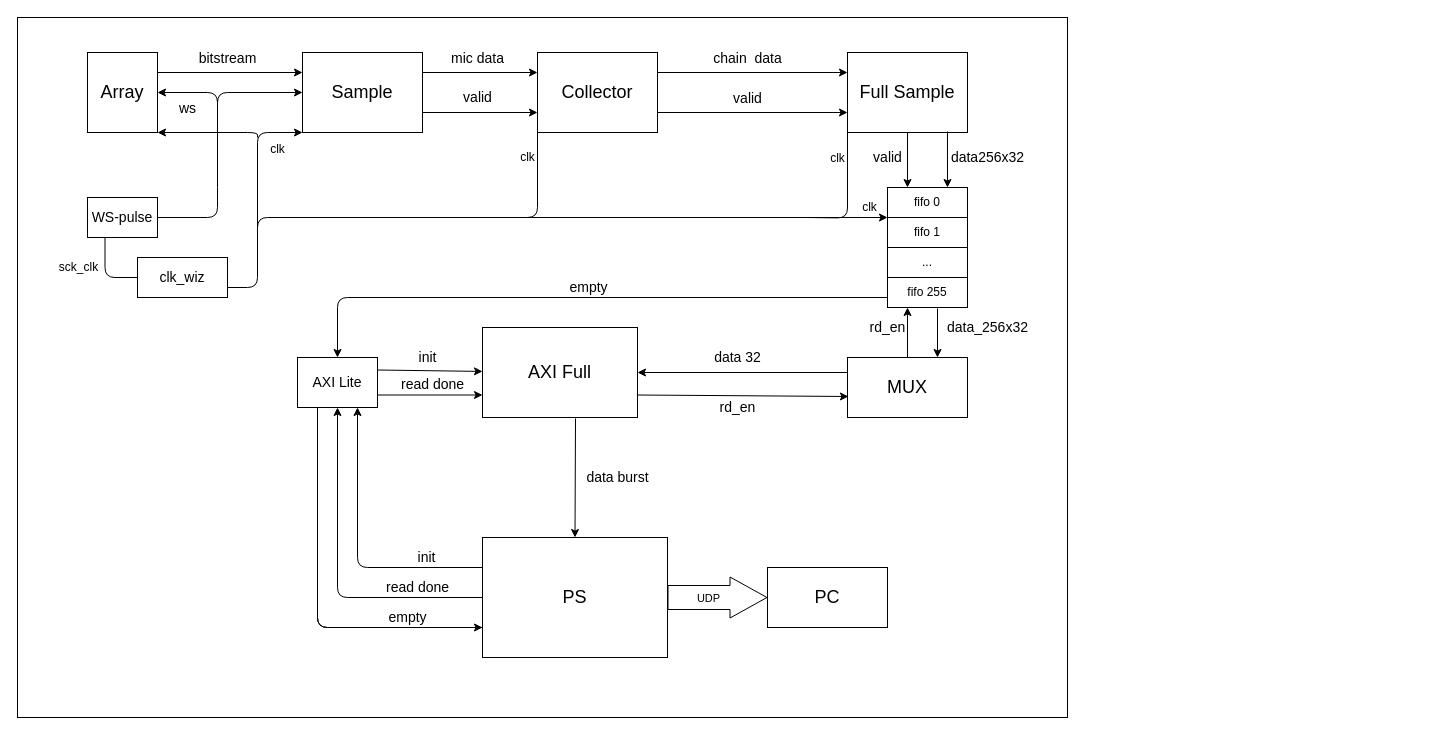
This is doc/diagrams/full_diagram_axi_full.drawio from acoustic-warfare/FPGA-sampling, a draw.io file, before an edit. Source tidied: cells renumbered, new cells numbered last; positions are measured from the earlier drawing's top-left corner, leaving out a move shared by most shapes. Both pictures are drawn from the tidied source at 100%, with x=0, y=0 at pixel (17, 17).
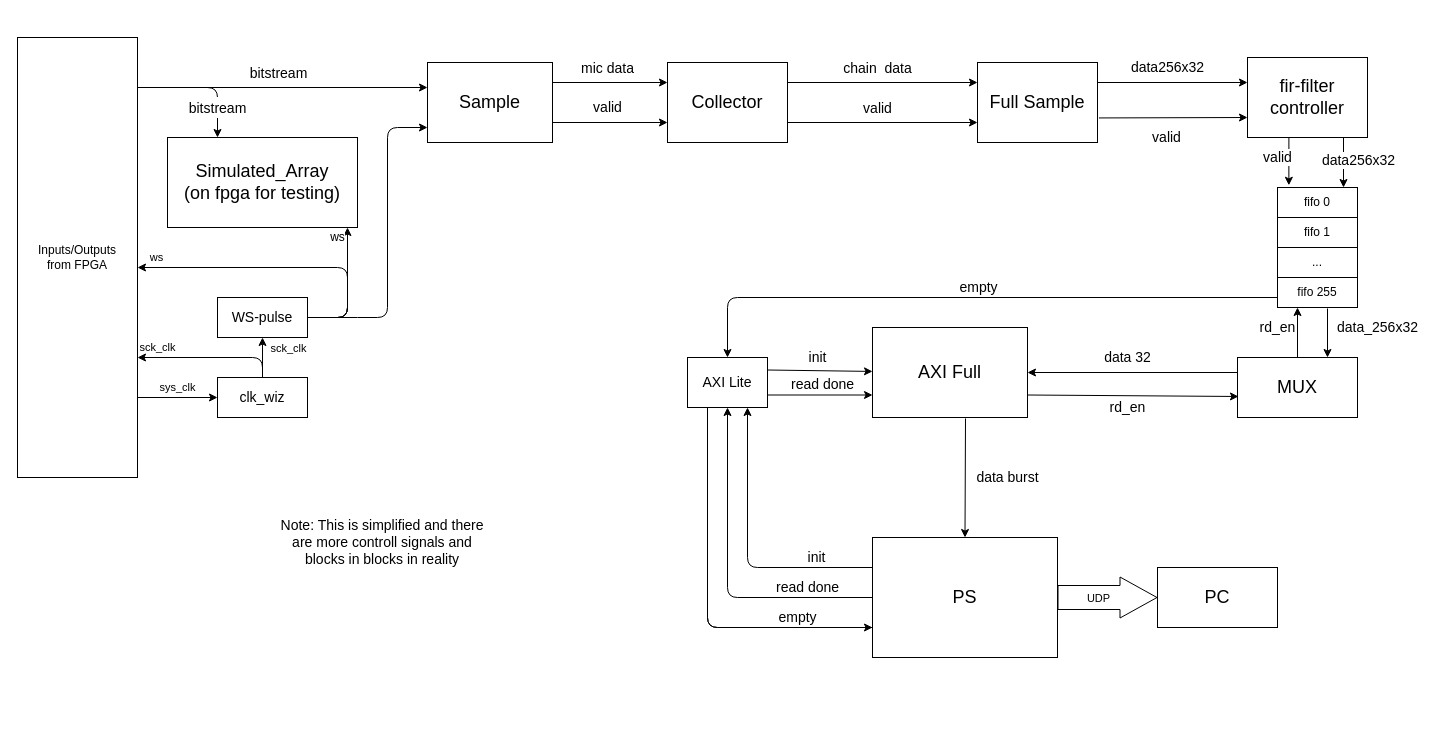
The same page after the edit.

Unchanged cells that the change refers to:
```xml
<mxCell id="40" value="fifo 0" style="whiteSpace=wrap;html=1;" parent="39" vertex="1">
  <mxGeometry width="80" height="30" as="geometry" />
</mxCell>
<mxCell id="41" value="fifo 1" style="whiteSpace=wrap;html=1;" parent="39" vertex="1">
  <mxGeometry y="30" width="80" height="30" as="geometry" />
</mxCell>
```

Change to the diagram source:
```diff
@@
-    <mxCell id="2" style="rounded=0;whiteSpace=wrap;html=1;fillColor=#FFFFFF;" parent="1" vertex="1">
-      <mxGeometry width="1050" height="700" as="geometry" />
-    </mxCell>
-    <mxCell id="3" value="&lt;font style=&quot;font-size: 14px;&quot;&gt;bitstream&lt;/font&gt;" style="edgeStyle=none;html=1;exitX=1;exitY=0.25;exitDx=0;exitDy=0;entryX=0;entryY=0.25;entryDx=0;entryDy=0;fontSize=18;" parent="1" edge="1" source="4" target="12">
-      <mxGeometry x="-0.03" y="15" relative="1" as="geometry" />
+    <mxCell id="3" value="&lt;font style=&quot;font-size: 14px;&quot;&gt;bitstream&lt;/font&gt;" style="edgeStyle=none;html=1;fontSize=18;" parent="1" edge="1">
+      <mxGeometry x="0.54" relative="1" as="geometry">
+        <mxPoint x="120" y="70" as="sourcePoint" />
+        <mxPoint x="200" y="120" as="targetPoint" />
+        <Array as="points">
+          <mxPoint x="200" y="70" />
+        </Array>
+      </mxGeometry>
     </mxCell>
-    <mxCell id="4" value="&lt;font style=&quot;font-size: 18px;&quot;&gt;Array&lt;/font&gt;" style="whiteSpace=wrap;html=1;" parent="1" vertex="1">
-      <mxGeometry x="70" y="35" width="70" height="80" as="geometry" />
+    <mxCell id="4" value="&lt;font style=&quot;font-size: 18px;&quot;&gt;Simulated_Array&lt;br&gt;(on fpga for testing)&lt;br&gt;&lt;/font&gt;" style="whiteSpace=wrap;html=1;" parent="1" vertex="1">
+      <mxGeometry x="150" y="120" width="190" height="90" as="geometry" />
     </mxCell>
@@
     <mxCell id="7" value="&lt;font style=&quot;font-size: 18px;&quot;&gt;Collector&lt;/font&gt;" style="whiteSpace=wrap;html=1;" parent="1" vertex="1">
-      <mxGeometry x="520" y="35" width="120" height="80" as="geometry" />
+      <mxGeometry x="650" y="45" width="120" height="80" as="geometry" />
     </mxCell>
-    <mxCell id="8" value="valid" style="edgeStyle=none;html=1;exitX=0.5;exitY=1;exitDx=0;exitDy=0;entryX=0.25;entryY=0;entryDx=0;entryDy=0;fontSize=14;startArrow=none;startFill=0;endArrow=classic;endFill=1;" parent="1" edge="1" source="9" target="40">
+    <mxCell id="8" value="valid" style="edgeStyle=none;html=1;exitX=1.012;exitY=0.693;exitDx=0;exitDy=0;entryX=0;entryY=0.75;entryDx=0;entryDy=0;fontSize=14;startArrow=none;startFill=0;endArrow=classic;endFill=1;exitPerimeter=0;" parent="1" edge="1" source="9" target="58">
       <mxGeometry x="-0.09" y="-20" relative="1" as="geometry" />
     </mxCell>
     <mxCell id="9" value="&lt;font style=&quot;font-size: 18px;&quot;&gt;Full Sample&lt;/font&gt;" style="whiteSpace=wrap;html=1;" parent="1" vertex="1">
-      <mxGeometry x="830" y="35" width="120" height="80" as="geometry" />
+      <mxGeometry x="960" y="45" width="120" height="80" as="geometry" />
     </mxCell>
@@
     <mxCell id="12" value="&lt;font style=&quot;font-size: 18px;&quot;&gt;Sample&lt;/font&gt;" style="whiteSpace=wrap;html=1;" parent="1" vertex="1">
-      <mxGeometry x="285" y="35" width="120" height="80" as="geometry" />
+      <mxGeometry x="410" y="45" width="125" height="80" as="geometry" />
     </mxCell>
-    <mxCell id="13" value="data256x32" style="edgeStyle=none;html=1;exitX=0.75;exitY=0;exitDx=0;exitDy=0;entryX=0.833;entryY=0.988;entryDx=0;entryDy=0;entryPerimeter=0;fontSize=14;startArrow=classic;startFill=1;endArrow=none;endFill=0;" parent="1" edge="1" source="40" target="9">
-      <mxGeometry x="0.07" y="-40" relative="1" as="geometry" />
+    <mxCell id="13" value="data256x32" style="edgeStyle=none;html=1;entryX=1;entryY=0.25;entryDx=0;entryDy=0;fontSize=14;startArrow=classic;startFill=1;endArrow=none;endFill=0;" parent="1" edge="1" target="9">
+      <mxGeometry x="0.07" y="-15" relative="1" as="geometry">
+        <mxPoint x="1230" y="65" as="sourcePoint" />
+      </mxGeometry>
     </mxCell>
@@
     <mxCell id="16" value="&lt;font style=&quot;font-size: 18px;&quot;&gt;MUX&lt;/font&gt;" style="whiteSpace=wrap;html=1;" parent="1" vertex="1">
-      <mxGeometry x="830" y="340" width="120" height="60" as="geometry" />
+      <mxGeometry x="1220" y="340" width="120" height="60" as="geometry" />
     </mxCell>
     <mxCell id="17" style="edgeStyle=orthogonalEdgeStyle;html=1;exitX=1;exitY=0.5;exitDx=0;exitDy=0;fontSize=14;startArrow=none;startFill=0;endArrow=none;endFill=0;" parent="1" edge="1" source="19">
       <mxGeometry relative="1" as="geometry">
-        <mxPoint x="200" y="170" as="targetPoint" />
+        <mxPoint x="330" y="270" as="targetPoint" />
         <Array as="points">
-          <mxPoint x="200" y="200" />
-          <mxPoint x="200" y="170" />
+          <mxPoint x="330" y="300" />
+          <mxPoint x="330" y="270" />
         </Array>
       </mxGeometry>
     </mxCell>
-    <mxCell id="18" value="sck_clk" style="edgeStyle=orthogonalEdgeStyle;html=1;exitX=0.25;exitY=1;exitDx=0;exitDy=0;entryX=0;entryY=0.5;entryDx=0;entryDy=0;startArrow=none;startFill=0;endArrow=none;endFill=0;fontSize=12;" parent="1" edge="1" source="19" target="21">
-      <mxGeometry x="-0.17" y="-27" relative="1" as="geometry" />
-    </mxCell>
+    <mxCell id="50" value="ws" style="edgeStyle=none;html=1;" parent="1" edge="1" source="19">
+      <mxGeometry x="0.87" y="-10" relative="1" as="geometry">
+        <mxPoint x="120" y="250" as="targetPoint" />
+        <Array as="points">
+          <mxPoint x="330" y="300" />
+          <mxPoint x="330" y="250" />
+        </Array>
+      </mxGeometry>
+    </mxCell>
+    <mxCell id="51" style="edgeStyle=none;html=1;fontSize=12;" parent="1" edge="1" source="19">
+      <mxGeometry relative="1" as="geometry">
+        <mxPoint x="410" y="110" as="targetPoint" />
+        <Array as="points">
+          <mxPoint x="330" y="300" />
+          <mxPoint x="370" y="300" />
+          <mxPoint x="370" y="110" />
+        </Array>
+      </mxGeometry>
+    </mxCell>
+    <mxCell id="52" value="ws" style="edgeStyle=none;html=1;fontSize=12;" parent="1" edge="1" source="19">
+      <mxGeometry x="0.85" y="10" relative="1" as="geometry">
+        <mxPoint x="330" y="210" as="targetPoint" />
+        <Array as="points">
+          <mxPoint x="330" y="300" />
+        </Array>
+      </mxGeometry>
+    </mxCell>
     <mxCell id="19" value="&lt;font style=&quot;font-size: 14px;&quot;&gt;WS-pulse&lt;/font&gt;" style="whiteSpace=wrap;html=1;" parent="1" vertex="1">
-      <mxGeometry x="70" y="180" width="70" height="40" as="geometry" />
+      <mxGeometry x="200" y="280" width="90" height="40" as="geometry" />
     </mxCell>
-    <mxCell id="20" value="clk" style="edgeStyle=orthogonalEdgeStyle;html=1;exitX=1;exitY=0.75;exitDx=0;exitDy=0;shadow=0;endArrow=classic;endFill=1;entryX=0;entryY=0;entryDx=0;entryDy=0;startArrow=none;startFill=0;fontSize=12;" parent="1" edge="1" source="21" target="41">
-      <mxGeometry x="0.95" y="10" relative="1" as="geometry">
-        <Array as="points">
-          <mxPoint x="240" y="270" />
-          <mxPoint x="240" y="200" />
-        </Array>
-      </mxGeometry>
-    </mxCell>
+    <mxCell id="53" value="sck_clk" style="edgeStyle=none;html=1;" parent="1" edge="1" source="21" target="19">
+      <mxGeometry x="0.5" y="105" relative="1" as="geometry" />
+    </mxCell>
+    <mxCell id="54" style="edgeStyle=none;html=1;" parent="1" edge="1" source="21">
+      <mxGeometry relative="1" as="geometry">
+        <mxPoint x="120" y="340" as="targetPoint" />
+        <Array as="points">
+          <mxPoint x="245" y="340" />
+        </Array>
+      </mxGeometry>
+    </mxCell>
+    <mxCell id="55" value="sck_clk" style="edgeLabel;html=1;align=center;verticalAlign=middle;" parent="54" vertex="1">
+      <mxGeometry x="-0.27" y="3" relative="1" as="geometry">
+        <mxPoint x="58" y="-13" as="offset" />
+      </mxGeometry>
+    </mxCell>
     <mxCell id="21" value="&lt;font style=&quot;font-size: 14px;&quot;&gt;clk_wiz&lt;/font&gt;" style="whiteSpace=wrap;html=1;" parent="1" vertex="1">
-      <mxGeometry x="120" y="240" width="90" height="40" as="geometry" />
+      <mxGeometry x="200" y="360" width="90" height="40" as="geometry" />
     </mxCell>
@@
     <mxCell id="27" style="edgeStyle=none;html=1;entryX=0;entryY=0.75;entryDx=0;entryDy=0;exitX=0.25;exitY=1;exitDx=0;exitDy=0;" parent="1" edge="1" source="28" target="34">
       <mxGeometry relative="1" as="geometry">
         <Array as="points">
-          <mxPoint x="300" y="610" />
+          <mxPoint x="690" y="610" />
         </Array>
       </mxGeometry>
     </mxCell>
     <mxCell id="28" value="&lt;font style=&quot;font-size: 14px;&quot;&gt;AXI Lite&lt;/font&gt;" style="whiteSpace=wrap;html=1;" parent="1" vertex="1">
-      <mxGeometry x="280" y="340" width="80" height="50" as="geometry" />
+      <mxGeometry x="670" y="340" width="80" height="50" as="geometry" />
     </mxCell>
@@
     <mxCell id="31" value="&lt;font style=&quot;font-size: 18px;&quot;&gt;AXI Full&lt;/font&gt;" style="whiteSpace=wrap;html=1;" parent="1" vertex="1">
-      <mxGeometry x="465" y="310" width="155" height="90" as="geometry" />
+      <mxGeometry x="855" y="310" width="155" height="90" as="geometry" />
     </mxCell>
@@
     <mxCell id="33" value="empty" style="edgeStyle=orthogonalEdgeStyle;html=1;fontSize=14;startArrow=classic;startFill=1;endArrow=none;endFill=0;exitX=0.5;exitY=0;exitDx=0;exitDy=0;" parent="1" edge="1" source="28">
       <mxGeometry x="0.02" y="10" relative="1" as="geometry">
-        <mxPoint x="870" y="280" as="targetPoint" />
+        <mxPoint x="1260" y="280" as="targetPoint" />
         <Array as="points">
-          <mxPoint x="320" y="280" />
+          <mxPoint x="710" y="280" />
         </Array>
       </mxGeometry>
     </mxCell>
     <mxCell id="34" value="&lt;font style=&quot;font-size: 18px;&quot;&gt;PS&lt;/font&gt;" style="whiteSpace=wrap;html=1;" parent="1" vertex="1">
-      <mxGeometry x="465" y="520" width="185" height="120" as="geometry" />
+      <mxGeometry x="855" y="520" width="185" height="120" as="geometry" />
     </mxCell>
-    <mxCell id="35" value="&lt;font style=&quot;font-size: 14px;&quot;&gt;ws&lt;/font&gt;" style="html=1;fontSize=18;startArrow=none;startFill=0;endArrow=classic;endFill=1;edgeStyle=orthogonalEdgeStyle;entryX=0;entryY=0.5;entryDx=0;entryDy=0;" parent="1" edge="1" target="12">
-      <mxGeometry x="-0.67" y="30" relative="1" as="geometry">
-        <mxPoint x="200" y="110" as="sourcePoint" />
-        <Array as="points">
-          <mxPoint x="200" y="75" />
-        </Array>
-      </mxGeometry>
-    </mxCell>
-    <mxCell id="36" style="html=1;fontSize=18;startArrow=none;startFill=0;endArrow=none;endFill=0;edgeStyle=orthogonalEdgeStyle;" parent="1" edge="1">
-      <mxGeometry relative="1" as="geometry">
-        <mxPoint x="240" y="250" as="sourcePoint" />
-        <mxPoint x="240" y="140" as="targetPoint" />
-        <Array as="points">
-          <mxPoint x="240" y="220" />
-          <mxPoint x="240" y="150" />
-        </Array>
-      </mxGeometry>
-    </mxCell>
-    <mxCell id="37" style="html=1;fontSize=18;startArrow=none;startFill=0;endArrow=classic;endFill=1;edgeStyle=orthogonalEdgeStyle;entryX=0;entryY=1;entryDx=0;entryDy=0;" parent="1" edge="1" target="12">
-      <mxGeometry relative="1" as="geometry">
-        <mxPoint x="240" y="150" as="sourcePoint" />
-        <Array as="points">
-          <mxPoint x="240" y="150" />
-          <mxPoint x="240" y="115" />
-        </Array>
-      </mxGeometry>
-    </mxCell>
-    <mxCell id="38" value="clk" style="html=1;fontSize=12;startArrow=none;startFill=0;endArrow=none;endFill=0;edgeStyle=orthogonalEdgeStyle;entryX=0;entryY=1;entryDx=0;entryDy=0;" parent="1" edge="1" target="9">
-      <mxGeometry x="0.6" y="10" relative="1" as="geometry">
-        <mxPoint x="790" y="200" as="sourcePoint" />
-      </mxGeometry>
-    </mxCell>
     <mxCell id="39" style="group;" parent="1" vertex="1">
-      <mxGeometry x="870" y="170" width="80" height="120" as="geometry" />
+      <mxGeometry x="1260" y="170" width="80" height="120" as="geometry" />
     </mxCell>
@@
-    <mxCell id="44" value="clk" style="html=1;fontSize=12;startArrow=none;startFill=0;endArrow=none;endFill=0;edgeStyle=orthogonalEdgeStyle;entryX=0;entryY=1;entryDx=0;entryDy=0;" parent="1" edge="1" target="7">
-      <mxGeometry x="0.63" y="10" relative="1" as="geometry">
-        <mxPoint x="470" y="200" as="sourcePoint" />
-        <Array as="points">
-          <mxPoint x="480" y="200" />
-          <mxPoint x="520" y="200" />
-        </Array>
-      </mxGeometry>
-    </mxCell>
-    <mxCell id="45" style="edgeStyle=orthogonalEdgeStyle;html=1;fontSize=14;startArrow=none;startFill=0;endArrow=classic;endFill=1;entryX=1;entryY=0.5;entryDx=0;entryDy=0;" parent="1" edge="1" target="4">
-      <mxGeometry relative="1" as="geometry">
-        <mxPoint x="200" y="170" as="sourcePoint" />
-        <Array as="points">
-          <mxPoint x="200" y="75" />
-        </Array>
-      </mxGeometry>
-    </mxCell>
-    <mxCell id="46" value="&lt;font style=&quot;font-size: 12px;&quot;&gt;clk&lt;/font&gt;" style="html=1;fontSize=18;startArrow=classic;startFill=1;endArrow=none;endFill=0;edgeStyle=orthogonalEdgeStyle;exitX=1;exitY=1;exitDx=0;exitDy=0;" parent="1" edge="1" source="4">
-      <mxGeometry x="1" y="22" relative="1" as="geometry">
-        <mxPoint x="240" y="120" as="targetPoint" />
-        <Array as="points">
-          <mxPoint x="240" y="115" />
-        </Array>
-        <mxPoint x="-2" y="10" as="offset" />
-      </mxGeometry>
-    </mxCell>
     <mxCell id="47" style="shape=flexArrow;endArrow=classic;html=1;exitX=1;exitY=0.5;exitDx=0;exitDy=0;endWidth=16;endSize=12;width=24;" parent="1" edge="1" source="34">
       <mxGeometry relative="1" as="geometry">
-        <mxPoint x="750" y="580" as="targetPoint" />
+        <mxPoint x="1140" y="580" as="targetPoint" />
       </mxGeometry>
     </mxCell>
@@
     <mxCell id="49" value="&lt;font style=&quot;font-size: 18px;&quot;&gt;PC&lt;/font&gt;" style="rounded=0;whiteSpace=wrap;html=1;" parent="1" vertex="1">
-      <mxGeometry x="750" y="550" width="120" height="60" as="geometry" />
+      <mxGeometry x="1140" y="550" width="120" height="60" as="geometry" />
     </mxCell>
+    <mxCell id="2" value="sys_clk" style="endArrow=classic;html=1;" parent="1" edge="1">
+      <mxGeometry y="10" relative="1" as="geometry">
+        <mxPoint x="120" y="380" as="sourcePoint" />
+        <mxPoint x="200" y="380" as="targetPoint" />
+      </mxGeometry>
+    </mxCell>
+    <mxCell id="56" value="Inputs/Outputs&lt;br&gt;from FPGA" style="rounded=0;whiteSpace=wrap;html=1;" parent="1" vertex="1">
+      <mxGeometry y="20" width="120" height="440" as="geometry" />
+    </mxCell>
+    <mxCell id="57" value="&lt;font style=&quot;font-size: 14px;&quot;&gt;bitstream&lt;/font&gt;" style="edgeStyle=none;html=1;fontSize=18;" parent="1" edge="1">
+      <mxGeometry x="-0.03" y="15" relative="1" as="geometry">
+        <mxPoint x="120" y="70" as="sourcePoint" />
+        <mxPoint x="410" y="70" as="targetPoint" />
+      </mxGeometry>
+    </mxCell>
+    <mxCell id="58" value="&lt;font style=&quot;font-size: 18px;&quot;&gt;fir-filter&lt;br&gt;controller&lt;br&gt;&lt;/font&gt;" style="whiteSpace=wrap;html=1;" parent="1" vertex="1">
+      <mxGeometry x="1230" y="40" width="120" height="80" as="geometry" />
+    </mxCell>
+    <mxCell id="59" value="valid" style="edgeStyle=none;html=1;exitX=1.012;exitY=0.693;exitDx=0;exitDy=0;fontSize=14;startArrow=none;startFill=0;endArrow=classic;endFill=1;exitPerimeter=0;entryX=0.142;entryY=-0.074;entryDx=0;entryDy=0;entryPerimeter=0;" parent="1" edge="1" target="40">
+      <mxGeometry x="-0.16" y="-11" relative="1" as="geometry">
+        <mxPoint x="1271.4" y="120" as="sourcePoint" />
+      </mxGeometry>
+    </mxCell>
+    <mxCell id="60" value="data256x32" style="edgeStyle=none;html=1;fontSize=14;startArrow=classic;startFill=1;endArrow=none;endFill=0;" parent="1" edge="1">
+      <mxGeometry x="0.07" y="-15" relative="1" as="geometry">
+        <mxPoint x="1326" y="170" as="sourcePoint" />
+        <mxPoint x="1326" y="120" as="targetPoint" />
+      </mxGeometry>
+    </mxCell>
+    <mxCell id="61" value="&lt;font style=&quot;font-size: 14px;&quot;&gt;Note: This is simplified and there are more controll signals and blocks in blocks in reality&lt;/font&gt;" style="text;html=1;strokeColor=none;fillColor=none;align=center;verticalAlign=middle;whiteSpace=wrap;rounded=0;fontSize=12;" parent="1" vertex="1">
+      <mxGeometry x="260" y="510" width="210" height="30" as="geometry" />
+    </mxCell>
```
